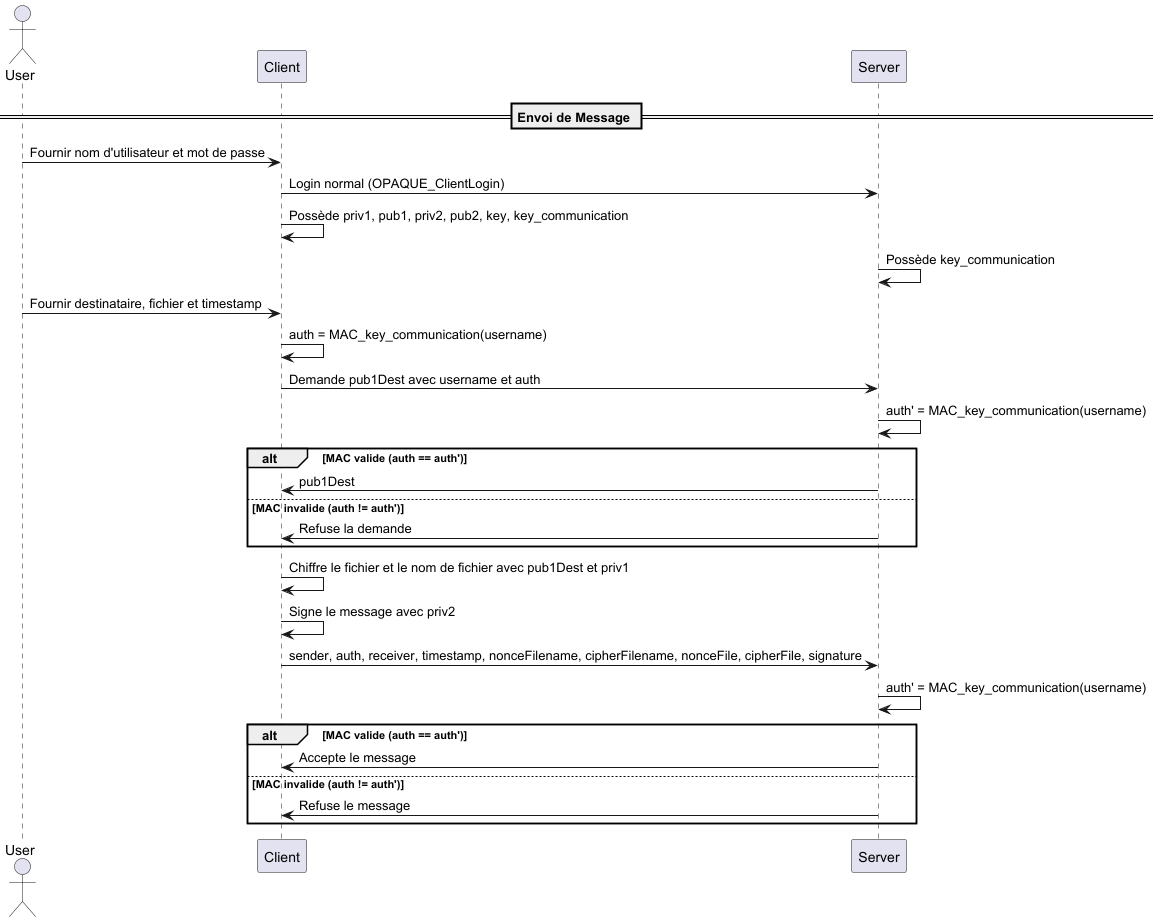
Above: img/sendMessage.png in JustinFerrara14/CAA-Project (PlantUML), before the change.
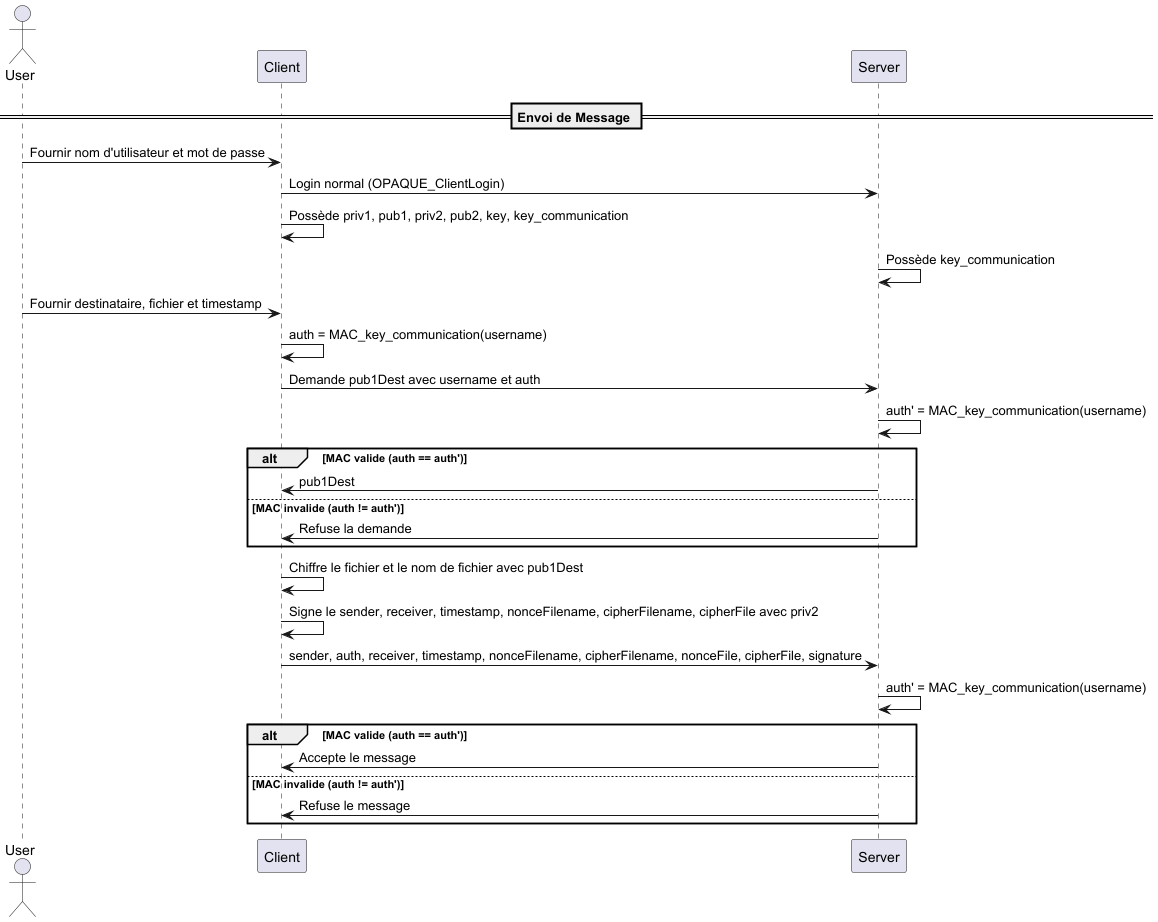
Above is the later version.

What changed in the source:
```diff
@@ -22,9 +22,9 @@
     Server -> Client: Refuse la demande
 end
 
-Client -> Client: Chiffre le fichier et le nom de fichier avec pub1Dest et priv1
+Client -> Client: Chiffre le fichier et le nom de fichier avec pub1Dest
 
-Client -> Client: Signe le message avec priv2
+Client -> Client: Signe le sender, receiver, timestamp, nonceFilename, cipherFilename, cipherFile avec priv2
 
 Client -> Server: sender, auth, receiver, timestamp, nonceFilename, cipherFilename, nonceFile, cipherFile, signature
 
```
